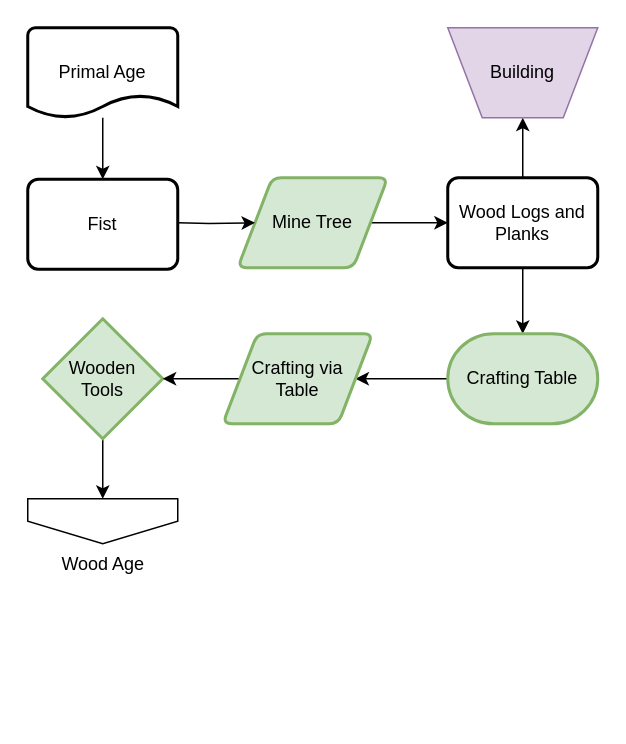
MeepishRealms/Cog keeps this draw.io diagram as page "Primal Age" (3 of 7) of flowcharts/progression.drawio. Above is the earlier version. Source tidied: cells renumbered, new cells numbered last; positions are measured from the earlier drawing's top-left corner, leaving out a move shared by most shapes. Both pictures are drawn from the tidied source at 150%, with x=0, y=0 at pixel (27, 27).
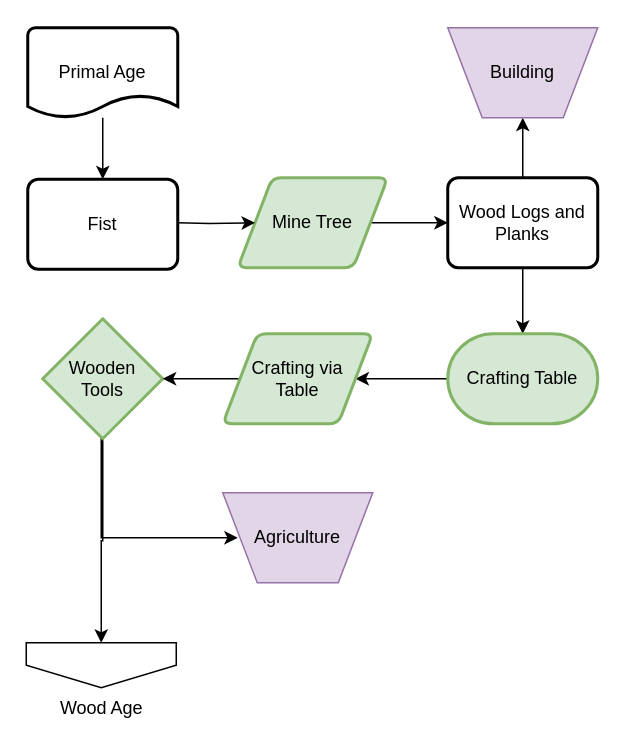
The same page after the edit.

Unchanged cells that the change refers to:
```xml
<mxCell id="14" value="Wooden&lt;br&gt;Tools" style="strokeWidth=2;html=1;shape=mxgraph.flowchart.decision;whiteSpace=wrap;fillColor=#d5e8d4;strokeColor=#82b366;" parent="1" vertex="1">
  <mxGeometry x="10" y="194" width="80" height="80" as="geometry" />
</mxCell>
```

Change to the diagram source:
```diff
@@
     <mxCell id="12" value="Wood Age" style="verticalLabelPosition=bottom;verticalAlign=top;html=1;shape=offPageConnector;rounded=0;size=0.5;" parent="1" vertex="1">
-      <mxGeometry y="314" width="100" height="30" as="geometry" />
+      <mxGeometry x="-1" y="410" width="100" height="30" as="geometry" />
     </mxCell>
+    <mxCell id="19" style="edgeStyle=orthogonalEdgeStyle;rounded=0;jettySize=auto;html=1;exitX=0.5;exitY=1;exitDx=0;exitDy=0;exitPerimeter=0;entryX=0;entryY=0.5;entryDx=0;entryDy=0;" parent="1" edge="1" source="14">
+      <mxGeometry relative="1" as="geometry">
+        <mxPoint x="140" y="340" as="targetPoint" />
+        <Array as="points">
+          <mxPoint x="49" y="274" />
+          <mxPoint x="49" y="340" />
+        </Array>
+      </mxGeometry>
+    </mxCell>
-    <mxCell id="13" style="edgeStyle=orthogonalEdgeStyle;rounded=0;jettySize=auto;html=1;" parent="1" edge="1" source="14" target="12">
+    <mxCell id="13" style="edgeStyle=orthogonalEdgeStyle;rounded=0;jettySize=auto;html=1;exitX=0.5;exitY=1;exitDx=0;exitDy=0;exitPerimeter=0;entryX=0.5;entryY=0;entryDx=0;entryDy=0;" parent="1" edge="1" source="14" target="12">
       <mxGeometry relative="1" as="geometry" />
     </mxCell>
@@
+    <mxCell id="20" value="Agriculture" style="verticalLabelPosition=middle;verticalAlign=middle;html=1;shape=trapezoid;perimeter=trapezoidPerimeter;whiteSpace=wrap;size=0.23;arcSize=10;flipV=1;labelPosition=center;align=center;fillColor=#e1d5e7;strokeColor=#9673a6;" parent="1" vertex="1">
+      <mxGeometry x="130" y="310" width="100" height="60" as="geometry" />
+    </mxCell>
```
